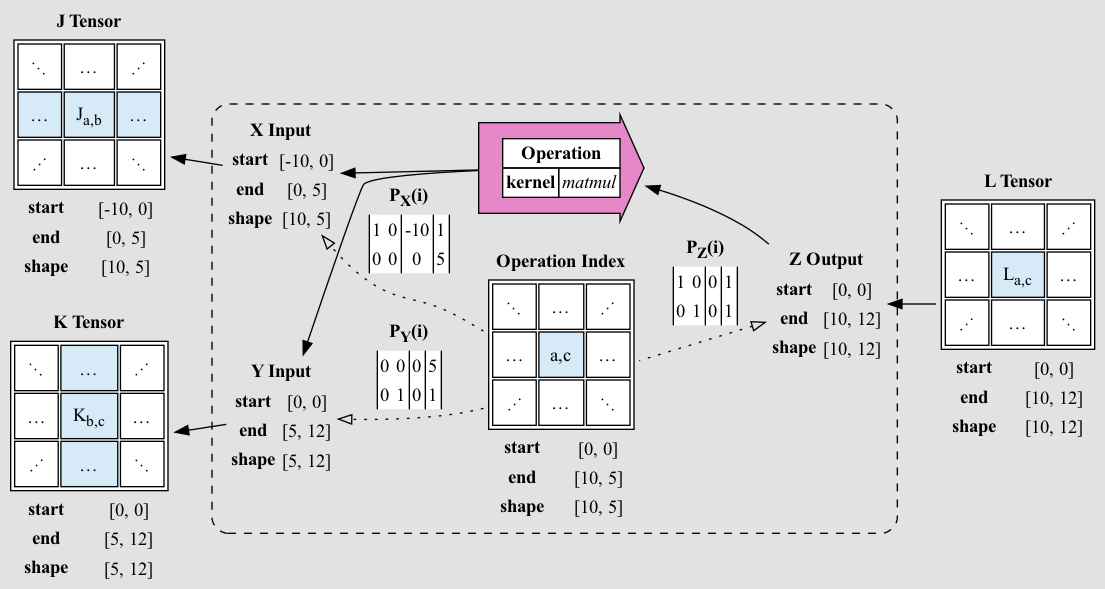
Above: docs/PolyhedralTypes/PolyhedralTypeSignatures/matmul.example.dot.png in crutcher/tapestry (Graphviz), before the change. Its source is kept beside it as docs/PolyhedralTypes/PolyhedralTypeSignatures/matmul.example.dot.
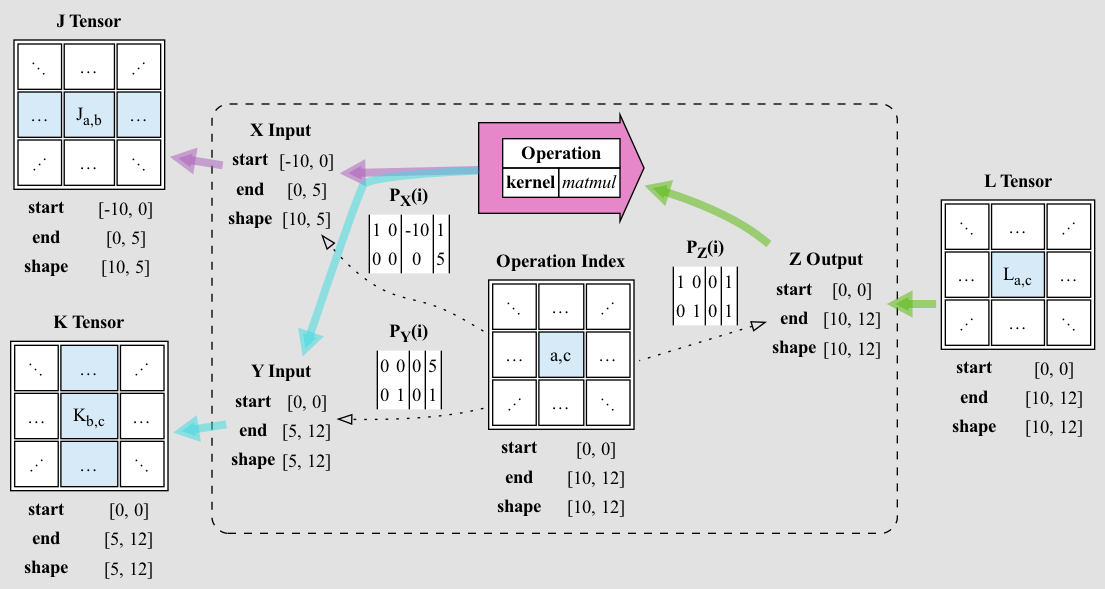
The same diagram one commit later.

Diff of the diagram source:
```diff
@@ -131,7 +131,7 @@
       </table>
     >;
   ];
-  subgraph cluster_0 {
+  subgraph cluster_op {
     style="dashed, rounded";
     peripheries=1;
     idx [
@@ -168,11 +168,11 @@
           </tr>
           <tr>
             <td><b>end</b></td>
-            <td>[10, 5]</td>
+            <td>[10, 12]</td>
           </tr>
           <tr>
             <td><b>shape</b></td>
-            <td>[10, 5]</td>
+            <td>[10, 12]</td>
           </tr>
         </table>
       >;
@@ -261,12 +261,30 @@
       margin=0.25;
     ];
   }
-  op -> x;
-  x -> j;
-  op -> y;
-  y -> k;
-  l -> z;
-  z -> op;
+  subgraph x_edges {
+    Edge [
+      penwidth=6;
+      color="#A95BB980";
+    ];
+    op -> x;
+    x -> j;
+  }
+  subgraph y_edges {
+    Edge [
+      penwidth=6;
+      color="#38DAE080";
+    ];
+    op -> y;
+    y -> k;
+  }
+  subgraph z_edges {
+    Edge [
+      penwidth=6;
+      color="#53B80280";
+    ];
+    l -> z;
+    z -> op;
+  }
   idx -> x [
     label=<
       <table border="0" cellborder="0">
```
